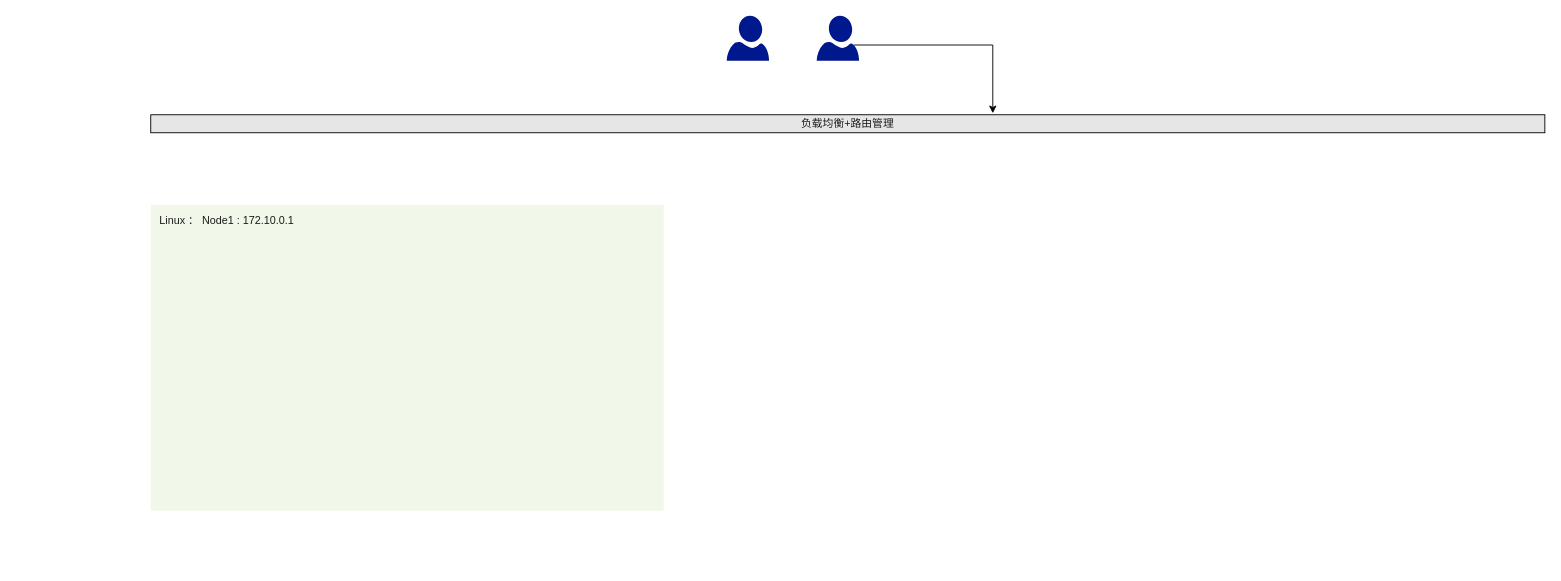
tianyaxiangdong/drawio keeps this draw.io diagram as anta-deploy2.drawio. Above is the earlier version. Source tidied: cells renumbered, new cells numbered last; positions are measured from the earlier drawing's top-left corner, leaving out a move shared by most shapes. Both pictures are drawn from the tidied source at 90%, with x=0, y=0 at pixel (150, 15). Pictures stored in the file or linked from it are replaced by grey dashed boxes.
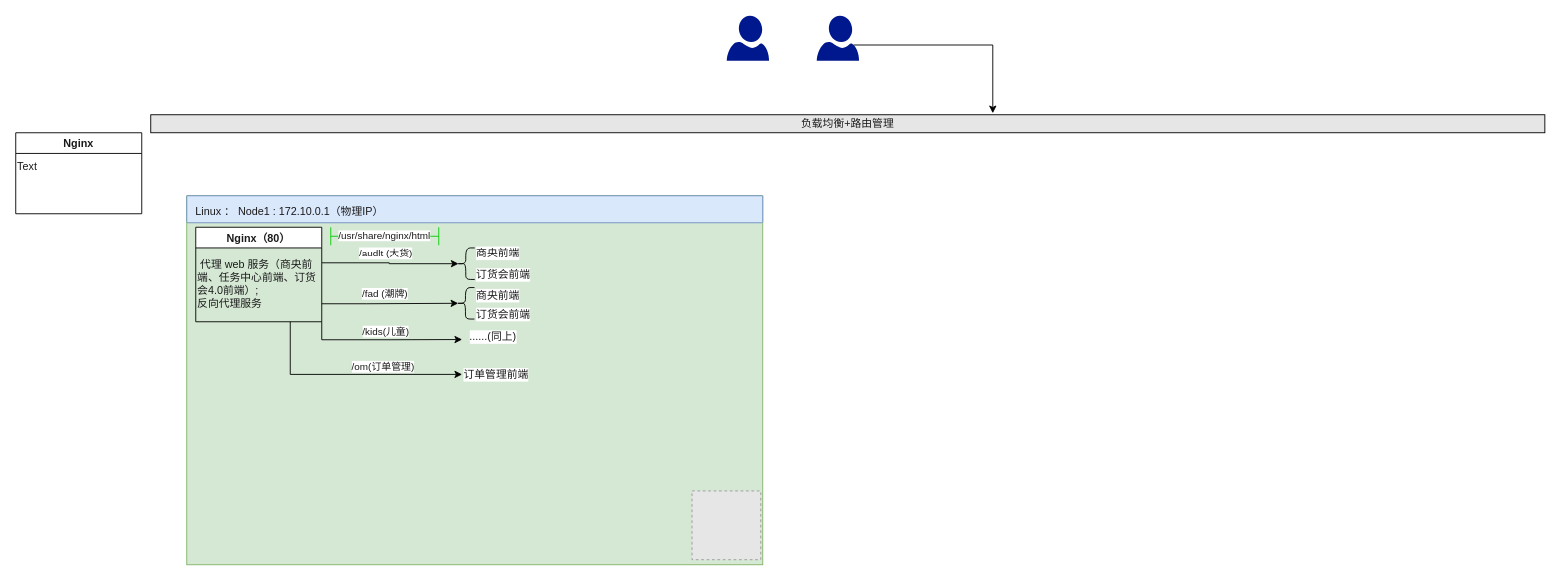
The same diagram, later.

Change to the diagram source:
```diff
@@
+    <mxCell id="7" style="group;fillColor=#d5e8d4;strokeColor=#82b366;" parent="1" vertex="1">
+      <mxGeometry x="40" y="200" width="640" height="410" as="geometry" />
+    </mxCell>
-    <mxCell id="6" value="&lt;font color=&quot;#1a1a1a&quot;&gt;Linux ： Node1 : 172.10.0.1&lt;/font&gt;" style="sketch=0;rounded=1;absoluteArcSize=1;arcSize=2;html=1;strokeColor=none;gradientColor=none;shadow=0;dashed=0;fontSize=12;fontColor=#9E9E9E;align=left;verticalAlign=top;spacing=10;spacingTop=-4;fillColor=#F1F8E9;" parent="1" vertex="1">
-      <mxGeometry y="210" width="570" height="340" as="geometry" />
+    <mxCell id="6" value="&lt;font color=&quot;#1a1a1a&quot;&gt;Linux ： Node1 : 172.10.0.1（物理IP）&lt;/font&gt;" style="sketch=0;rounded=1;absoluteArcSize=1;arcSize=2;html=1;strokeColor=#6c8ebf;shadow=0;dashed=0;fontSize=12;align=left;verticalAlign=top;spacing=10;spacingTop=-4;fillColor=#dae8fc;" parent="7" vertex="1">
+      <mxGeometry width="640" height="30" as="geometry" />
     </mxCell>
+    <mxCell id="8" style="fillColor=#E6E6E6;strokeColor=#999999;dashed=1;html=1;verticalAlign=top;verticalLabelPosition=bottom;labelBackgroundColor=#ffffff;fontColor=#1A1A1A;" parent="7" vertex="1">
+      <mxGeometry x="561.4" y="328" width="76.4" height="76.4" as="geometry" />
+    </mxCell>
+    <mxCell id="9" style="group;" parent="7" vertex="1">
+      <mxGeometry x="10" y="35" width="140" height="105" as="geometry" />
+    </mxCell>
+    <mxCell id="10" value="Nginx（80）" style="swimlane;fontColor=#1A1A1A;" parent="9" vertex="1">
+      <mxGeometry width="140" height="105" as="geometry" />
+    </mxCell>
+    <mxCell id="11" value="&amp;nbsp;代理 web 服务（商央前端、任务中心前端、订货会4.0前端）;&lt;br&gt;反向代理服务" style="text;html=1;strokeColor=none;fillColor=none;align=left;verticalAlign=top;whiteSpace=wrap;rounded=0;fontColor=#1A1A1A;horizontal=1;spacingTop=0;" parent="9" vertex="1">
+      <mxGeometry y="28" width="140" height="77" as="geometry" />
+    </mxCell>
+    <mxCell id="12" style="edgeStyle=orthogonalEdgeStyle;rounded=0;jettySize=auto;html=1;exitX=1.002;exitY=0.137;exitDx=0;exitDy=0;entryX=0.1;entryY=0.5;entryDx=0;entryDy=0;fontColor=#1A1A1A;exitPerimeter=0;entryPerimeter=0;" parent="7" edge="1" target="18">
+      <mxGeometry relative="1" as="geometry">
+        <mxPoint x="150.3" y="74.5" as="sourcePoint" />
+        <Array as="points">
+          <mxPoint x="225" y="75" />
+        </Array>
+      </mxGeometry>
+    </mxCell>
+    <mxCell id="13" value="/audlt (大货)" style="edgeLabel;html=1;align=center;verticalAlign=middle;fontColor=#1A1A1A;" parent="12" vertex="1">
+      <mxGeometry x="-0.13" y="3" relative="1" as="geometry">
+        <mxPoint x="4" y="-8" as="offset" />
+      </mxGeometry>
+    </mxCell>
+    <mxCell id="14" value="&lt;span style=&quot;color: rgb(26 , 26 , 26) ; font-size: 11px ; background-color: rgb(255 , 255 , 255)&quot;&gt;/usr/share/nginx/html&lt;/span&gt;" style="shape=crossbar;whiteSpace=wrap;html=1;rounded=1;fillColor=none;strokeColor=#00CC00;" parent="7" vertex="1">
+      <mxGeometry x="160" y="35" width="120" height="20" as="geometry" />
+    </mxCell>
+    <mxCell id="15" value="商央前端" style="text;html=1;strokeColor=none;fillColor=none;align=left;verticalAlign=middle;whiteSpace=wrap;rounded=0;labelBackgroundColor=#FFFFFF;fontColor=#1A1A1A;" parent="7" vertex="1">
+      <mxGeometry x="320" y="55" width="60" height="17" as="geometry" />
+    </mxCell>
+    <mxCell id="16" value="订货会前端" style="text;html=1;strokeColor=none;fillColor=none;align=left;verticalAlign=middle;whiteSpace=wrap;rounded=0;labelBackgroundColor=#FFFFFF;fontColor=#1A1A1A;" parent="7" vertex="1">
+      <mxGeometry x="320" y="79" width="70" height="17" as="geometry" />
+    </mxCell>
+    <mxCell id="17" value="订单管理前端" style="text;html=1;strokeColor=none;fillColor=none;align=left;verticalAlign=middle;whiteSpace=wrap;rounded=0;labelBackgroundColor=#FFFFFF;fontColor=#1A1A1A;" parent="7" vertex="1">
+      <mxGeometry x="306" y="190" width="80" height="17" as="geometry" />
+    </mxCell>
+    <mxCell id="18" style="shape=curlyBracket;whiteSpace=wrap;html=1;rounded=1;labelBackgroundColor=#FFFFFF;fontColor=#1A1A1A;" parent="7" vertex="1">
+      <mxGeometry x="300" y="58" width="20" height="35" as="geometry" />
+    </mxCell>
+    <mxCell id="19" style="edgeStyle=orthogonalEdgeStyle;rounded=0;jettySize=auto;html=1;entryX=0.1;entryY=0.5;entryDx=0;entryDy=0;fontColor=#1A1A1A;entryPerimeter=0;" parent="7" edge="1" source="11" target="22">
+      <mxGeometry relative="1" as="geometry">
+        <Array as="points">
+          <mxPoint x="200" y="120" />
+          <mxPoint x="200" y="120" />
+        </Array>
+      </mxGeometry>
+    </mxCell>
+    <mxCell id="20" value="/fad (潮牌)" style="edgeLabel;html=1;align=center;verticalAlign=middle;fontColor=#1A1A1A;" parent="19" vertex="1">
+      <mxGeometry x="-0.13" y="3" relative="1" as="geometry">
+        <mxPoint x="4" y="-8" as="offset" />
+      </mxGeometry>
+    </mxCell>
+    <mxCell id="21" value="订货会前端" style="text;html=1;strokeColor=none;fillColor=none;align=left;verticalAlign=middle;whiteSpace=wrap;rounded=0;labelBackgroundColor=#FFFFFF;fontColor=#1A1A1A;" parent="7" vertex="1">
+      <mxGeometry x="319.7" y="123" width="70" height="17" as="geometry" />
+    </mxCell>
+    <mxCell id="22" style="shape=curlyBracket;whiteSpace=wrap;html=1;rounded=1;labelBackgroundColor=#FFFFFF;fontColor=#1A1A1A;" parent="7" vertex="1">
+      <mxGeometry x="299.7" y="102" width="20" height="35" as="geometry" />
+    </mxCell>
+    <mxCell id="23" value="商央前端" style="text;html=1;strokeColor=none;fillColor=none;align=left;verticalAlign=middle;whiteSpace=wrap;rounded=0;labelBackgroundColor=#FFFFFF;fontColor=#1A1A1A;" parent="7" vertex="1">
+      <mxGeometry x="320" y="102" width="60" height="17" as="geometry" />
+    </mxCell>
+    <mxCell id="24" style="edgeStyle=orthogonalEdgeStyle;rounded=0;jettySize=auto;html=1;exitX=0.75;exitY=1;exitDx=0;exitDy=0;entryX=0;entryY=0.5;entryDx=0;entryDy=0;fontColor=#1A1A1A;startArrow=none;startFill=0;endArrow=classic;endFill=1;" parent="7" edge="1" source="11" target="17">
+      <mxGeometry relative="1" as="geometry" />
+    </mxCell>
+    <mxCell id="25" value="/om(订单管理)" style="edgeLabel;html=1;align=center;verticalAlign=middle;fontColor=#1A1A1A;" parent="24" vertex="1">
+      <mxGeometry x="0.01" y="-3" relative="1" as="geometry">
+        <mxPoint x="35" y="-12" as="offset" />
+      </mxGeometry>
+    </mxCell>
+    <mxCell id="26" value="......(同上)" style="text;html=1;strokeColor=none;fillColor=none;align=center;verticalAlign=middle;whiteSpace=wrap;rounded=0;labelBackgroundColor=#FFFFFF;fontColor=#1A1A1A;" parent="7" vertex="1">
+      <mxGeometry x="306" y="150" width="69" height="13" as="geometry" />
+    </mxCell>
+    <mxCell id="27" style="edgeStyle=orthogonalEdgeStyle;rounded=0;jettySize=auto;html=1;exitX=1;exitY=1;exitDx=0;exitDy=0;entryX=0;entryY=0.75;entryDx=0;entryDy=0;fontColor=#1A1A1A;startArrow=none;startFill=0;endArrow=classic;endFill=1;" parent="7" edge="1" source="11" target="26">
+      <mxGeometry relative="1" as="geometry" />
+    </mxCell>
+    <mxCell id="28" value="/kids(儿童)" style="edgeLabel;html=1;align=center;verticalAlign=middle;fontColor=#1A1A1A;" parent="27" vertex="1">
+      <mxGeometry x="0.02" y="4" relative="1" as="geometry">
+        <mxPoint y="-6" as="offset" />
+      </mxGeometry>
+    </mxCell>
+    <mxCell id="29" style="group;" parent="1" vertex="1">
+      <mxGeometry x="-150" y="130" width="140" height="90" as="geometry" />
+    </mxCell>
+    <mxCell id="30" value="Nginx" style="swimlane;fontColor=#1A1A1A;" parent="29" vertex="1">
+      <mxGeometry width="140" height="90" as="geometry" />
+    </mxCell>
+    <mxCell id="31" value="Text" style="text;html=1;strokeColor=none;fillColor=none;align=left;verticalAlign=top;whiteSpace=wrap;rounded=0;fontColor=#1A1A1A;horizontal=1;spacingTop=0;" parent="29" vertex="1">
+      <mxGeometry y="24" width="140" height="66" as="geometry" />
+    </mxCell>
```
